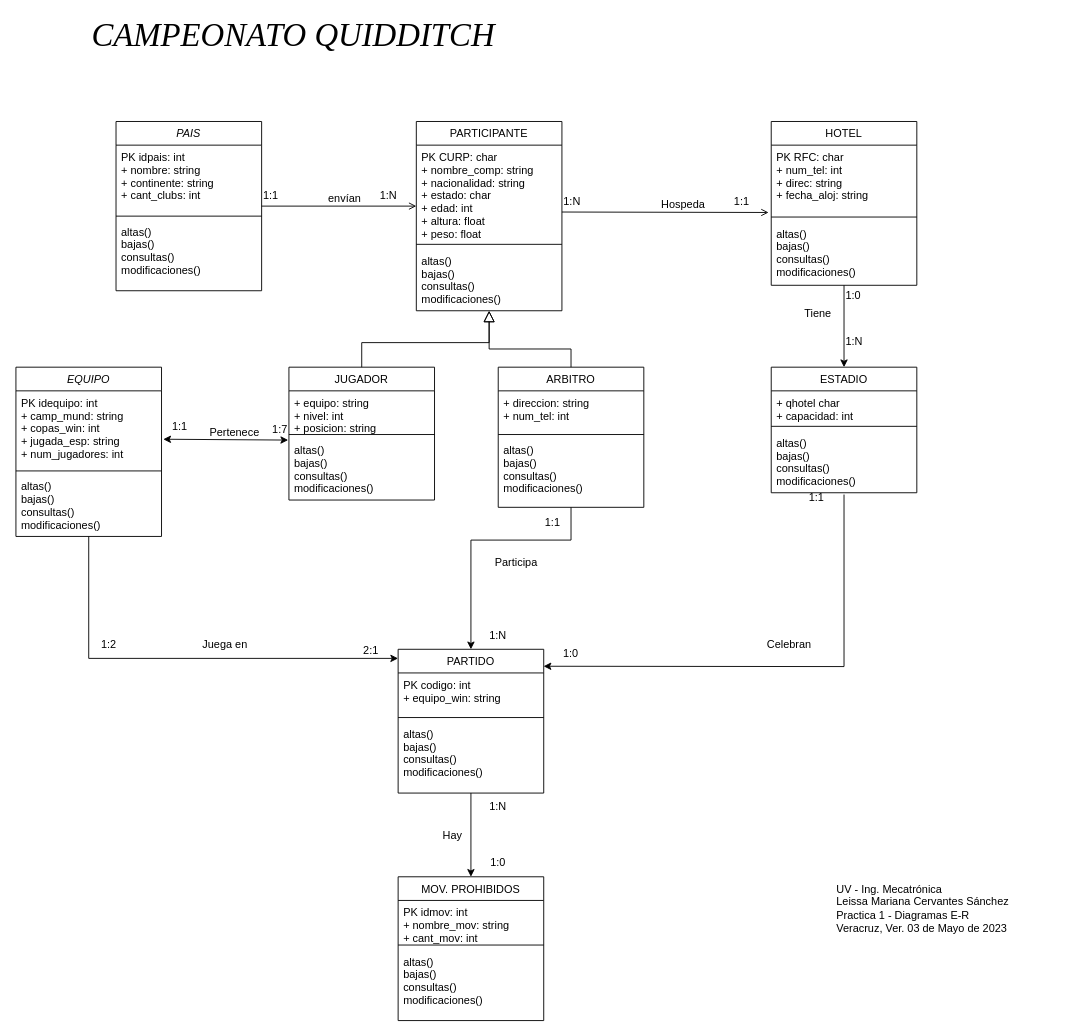
Earlier version of the draw.io diagram Proyecto/1er_avance_LMCS.drawio (leissacerv/TAI). Source tidied: cells renumbered, new cells numbered last; positions are measured from the earlier drawing's top-left corner, leaving out a move shared by most shapes. Both pictures are drawn from the tidied source at 91%, with x=0, y=0 at pixel (15, 21).
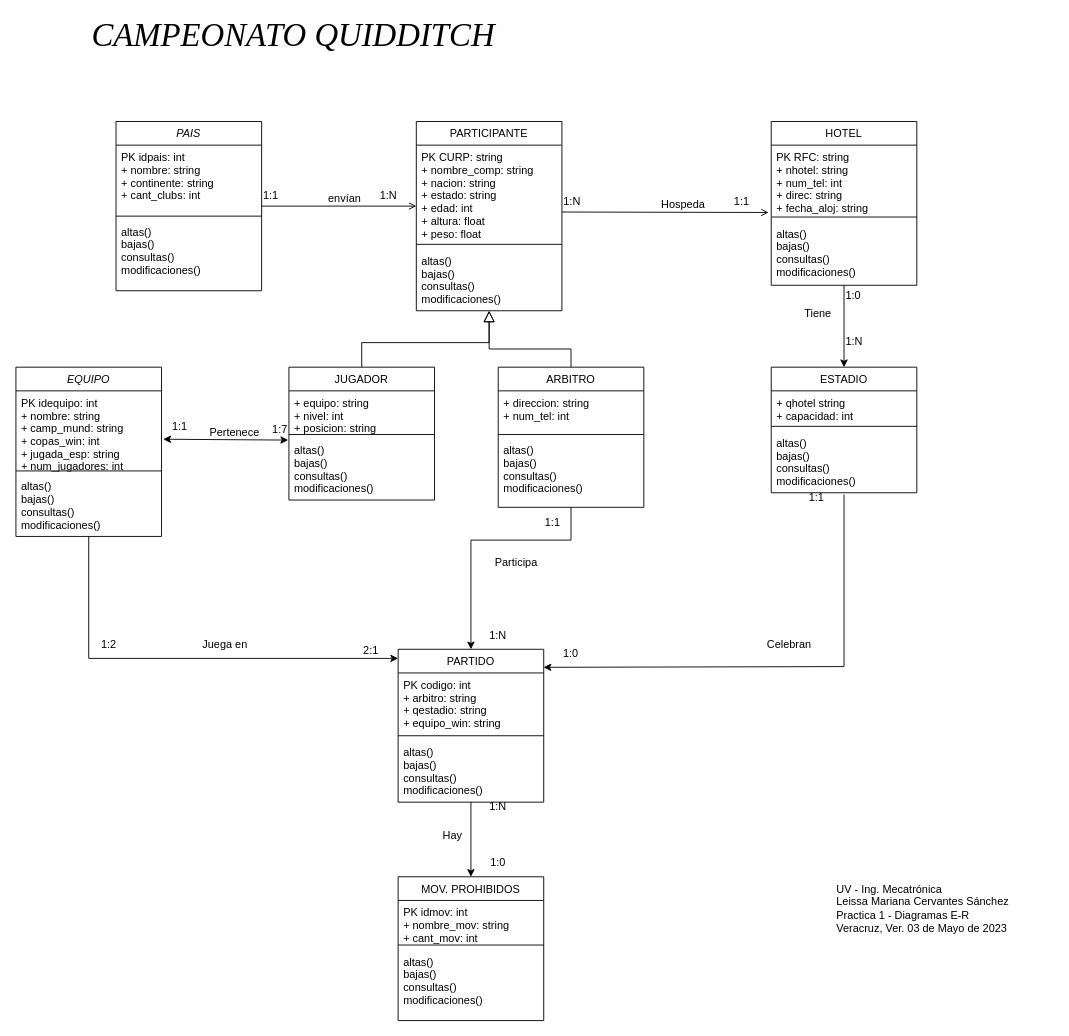
The same page after the edit.

Unchanged cells that the change refers to:
```xml
<mxCell id="16" value="PARTICIPANTE" style="swimlane;fontStyle=0;align=center;verticalAlign=top;horizontal=1;startSize=26;rounded=0;shadow=0;strokeWidth=1;" parent="1" vertex="1">
  <mxGeometry x="440" y="110" width="160" height="208" as="geometry" />
</mxCell>
<mxCell id="29" value="HOTEL" style="swimlane;fontStyle=0;align=center;verticalAlign=top;horizontal=1;startSize=26;rounded=0;shadow=0;strokeWidth=1;" parent="1" vertex="1">
  <mxGeometry x="830" y="110" width="160" height="180" as="geometry" />
</mxCell>
<mxCell id="33" value="ESTADIO" style="swimlane;fontStyle=0;align=center;verticalAlign=top;horizontal=1;startSize=26;rounded=0;shadow=0;strokeWidth=1;" parent="1" vertex="1">
  <mxGeometry x="830" y="380" width="160" height="138" as="geometry" />
</mxCell>
<mxCell id="40" value="EQUIPO" style="swimlane;fontStyle=2;align=center;verticalAlign=top;horizontal=1;startSize=26;rounded=0;shadow=0;strokeWidth=1;" parent="1" vertex="1">
  <mxGeometry y="380" width="160" height="186" as="geometry" />
</mxCell>
```

Diff of the diagram source:
```diff
@@
-    <mxCell id="17" value="PK CURP: char&#10;+ nombre_comp: string&#10;+ nacionalidad: string&#10;+ estado: char&#10;+ edad: int&#10;+ altura: float&#10;+ peso: float" style="text;align=left;verticalAlign=top;spacingLeft=4;spacingRight=4;overflow=hidden;" parent="16" vertex="1">
+    <mxCell id="17" value="PK CURP: string&#10;+ nombre_comp: string&#10;+ nacion: string&#10;+ estado: string&#10;+ edad: int&#10;+ altura: float&#10;+ peso: float" style="text;align=left;verticalAlign=top;spacingLeft=4;spacingRight=4;overflow=hidden;" parent="16" vertex="1">
       <mxGeometry y="26" width="160" height="104" as="geometry" />
     </mxCell>
@@
-    <mxCell id="30" value="PK RFC: char&#10;+ num_tel: int&#10;+ direc: string&#10;+ fecha_aloj: string" style="text;align=left;verticalAlign=top;spacingLeft=4;spacingRight=4;overflow=hidden;points=[[0,0.5],[1,0.5]];portConstraint=eastwest;" parent="29" vertex="1">
+    <mxCell id="30" value="PK RFC: string&#10;+ nhotel: string&#10;+ num_tel: int&#10;+ direc: string&#10;+ fecha_aloj: string" style="text;align=left;verticalAlign=top;spacingLeft=4;spacingRight=4;overflow=hidden;points=[[0,0.5],[1,0.5]];portConstraint=eastwest;" parent="29" vertex="1">
       <mxGeometry y="26" width="160" height="74" as="geometry" />
     </mxCell>
@@
-    <mxCell id="34" value="+ qhotel char&#10;+ capacidad: int" style="text;align=left;verticalAlign=top;spacingLeft=4;spacingRight=4;overflow=hidden;" parent="33" vertex="1">
+    <mxCell id="34" value="+ qhotel string&#10;+ capacidad: int" style="text;align=left;verticalAlign=top;spacingLeft=4;spacingRight=4;overflow=hidden;" parent="33" vertex="1">
       <mxGeometry y="26" width="160" height="34" as="geometry" />
     </mxCell>
@@
-    <mxCell id="41" value="PK idequipo: int&#10;+ camp_mund: string&#10;+ copas_win: int&#10;+ jugada_esp: string&#10;+ num_jugadores: int" style="text;align=left;verticalAlign=top;spacingLeft=4;spacingRight=4;overflow=hidden;points=[[0,0.5],[1,0.5]];portConstraint=eastwest;" parent="40" vertex="1">
+    <mxCell id="41" value="PK idequipo: int&#10;+ nombre: string&#10;+ camp_mund: string&#10;+ copas_win: int&#10;+ jugada_esp: string&#10;+ num_jugadores: int" style="text;align=left;verticalAlign=top;spacingLeft=4;spacingRight=4;overflow=hidden;points=[[0,0.5],[1,0.5]];portConstraint=eastwest;" parent="40" vertex="1">
       <mxGeometry y="26" width="160" height="84" as="geometry" />
     </mxCell>
@@
     <mxCell id="48" value="PARTIDO" style="swimlane;fontStyle=0;align=center;verticalAlign=top;horizontal=1;startSize=26;rounded=0;shadow=0;strokeWidth=1;" parent="1" vertex="1">
-      <mxGeometry x="420" y="690" width="160" height="158" as="geometry" />
+      <mxGeometry x="420" y="690" width="160" height="168" as="geometry" />
     </mxCell>
-    <mxCell id="49" value="PK codigo: int&#10;+ equipo_win: string" style="text;align=left;verticalAlign=top;spacingLeft=4;spacingRight=4;overflow=hidden;" parent="48" vertex="1">
-      <mxGeometry y="26" width="160" height="44" as="geometry" />
+    <mxCell id="49" value="PK codigo: int&#10;+ arbitro: string&#10;+ qestadio: string&#10;+ equipo_win: string" style="text;align=left;verticalAlign=top;spacingLeft=4;spacingRight=4;overflow=hidden;" parent="48" vertex="1">
+      <mxGeometry y="26" width="160" height="64" as="geometry" />
     </mxCell>
     <mxCell id="50" style="line;html=1;strokeWidth=1;align=left;verticalAlign=middle;spacingTop=-1;spacingLeft=3;spacingRight=3;labelPosition=right;" parent="48" vertex="1">
-      <mxGeometry y="70" width="160" height="10" as="geometry" />
+      <mxGeometry y="90" width="160" height="10" as="geometry" />
     </mxCell>
     <mxCell id="51" value="altas()&#10;bajas()&#10;consultas()&#10;modificaciones()&#10;" style="text;align=left;verticalAlign=top;spacingLeft=4;spacingRight=4;overflow=hidden;" parent="48" vertex="1">
-      <mxGeometry y="80" width="160" height="68" as="geometry" />
+      <mxGeometry y="100" width="160" height="68" as="geometry" />
     </mxCell>
```
